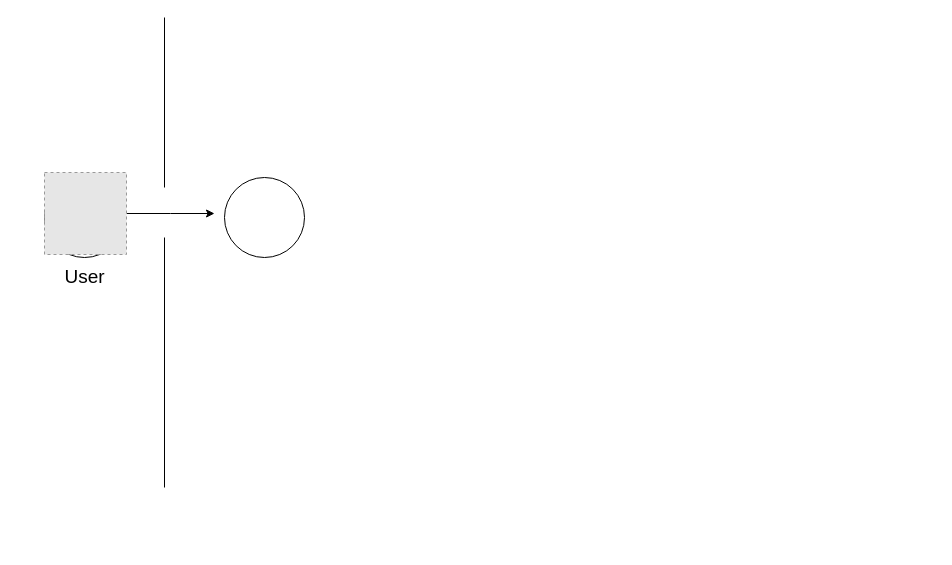
The draw.io diagram process-overview.drawio in zzzyz7/drawio-storage, before the edit. Source tidied: cells renumbered, new cells numbered last; positions are measured from the earlier drawing's top-left corner, leaving out a move shared by most shapes. Both pictures are drawn from the tidied source at 100%, with x=0, y=0 at pixel (44, 17). Pictures stored in the file or linked from it are replaced by grey dashed boxes.
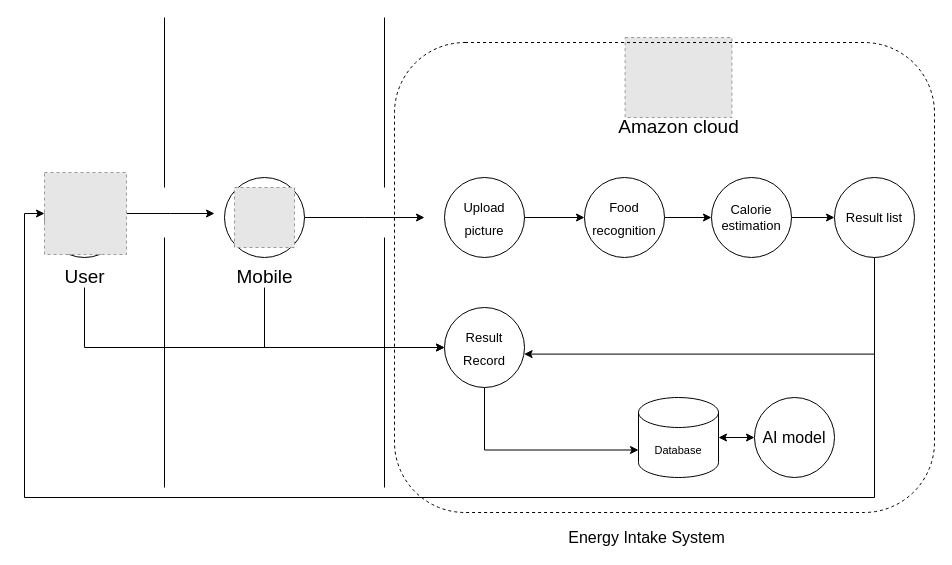
The same diagram, later.

Unchanged cells that the change refers to:
```xml
<mxCell id="4" style="fillColor=#E6E6E6;strokeColor=#999999;dashed=1;verticalLabelPosition=bottom;labelBackgroundColor=default;verticalAlign=top;" parent="1" vertex="1">
  <mxGeometry y="155" width="82" height="82" as="geometry" />
</mxCell>
<mxCell id="5" value="&lt;font style=&quot;font-size: 19px&quot;&gt;User&lt;/font&gt;" style="text;html=1;align=center;verticalAlign=middle;points=[];strokeColor=none;fillColor=none;" parent="1" vertex="1">
  <mxGeometry x="10" y="250" width="60" height="20" as="geometry" />
</mxCell>
<mxCell id="7" style="ellipse;whiteSpace=wrap;html=1;fontSize=19;" parent="1" vertex="1">
  <mxGeometry x="180" y="160" width="80" height="80" as="geometry" />
</mxCell>
```

What changed in the source:
```diff
@@
+    <mxCell id="9" style="edgeStyle=orthogonalEdgeStyle;rounded=0;jettySize=auto;html=1;entryX=0;entryY=0.5;entryDx=0;entryDy=0;fontSize=11;" parent="1" edge="1" source="5" target="28">
+      <mxGeometry relative="1" as="geometry">
+        <Array as="points">
+          <mxPoint x="40" y="330" />
+        </Array>
+      </mxGeometry>
+    </mxCell>
@@
+    <mxCell id="10" style="edgeStyle=orthogonalEdgeStyle;rounded=0;jettySize=auto;html=1;fontSize=19;" parent="1" edge="1" source="7">
+      <mxGeometry relative="1" as="geometry">
+        <mxPoint x="380" y="200" as="targetPoint" />
+      </mxGeometry>
+    </mxCell>
@@
+    <mxCell id="11" style="fillColor=#E6E6E6;strokeColor=#999999;dashed=1;verticalLabelPosition=bottom;verticalAlign=top;fontSize=19;" parent="1" vertex="1">
+      <mxGeometry x="190" y="170" width="60" height="60" as="geometry" />
+    </mxCell>
+    <mxCell id="12" style="edgeStyle=orthogonalEdgeStyle;rounded=0;jettySize=auto;html=1;entryX=0;entryY=0.5;entryDx=0;entryDy=0;fontSize=11;" parent="1" edge="1" source="13" target="28">
+      <mxGeometry relative="1" as="geometry">
+        <Array as="points">
+          <mxPoint x="220" y="330" />
+        </Array>
+      </mxGeometry>
+    </mxCell>
+    <mxCell id="13" value="&lt;span style=&quot;font-size: 19px&quot;&gt;Mobile&lt;/span&gt;" style="text;html=1;align=center;verticalAlign=middle;points=[];strokeColor=none;fillColor=none;" parent="1" vertex="1">
+      <mxGeometry x="185" y="250" width="70" height="20" as="geometry" />
+    </mxCell>
+    <mxCell id="14" style="endArrow=none;html=1;rounded=0;fontSize=19;" parent="1" edge="1">
+      <mxGeometry relative="1" as="geometry">
+        <mxPoint x="340" y="170" as="sourcePoint" />
+        <mxPoint x="340" as="targetPoint" />
+      </mxGeometry>
+    </mxCell>
+    <mxCell id="15" style="endArrow=none;html=1;rounded=0;fontSize=19;" parent="1" edge="1">
+      <mxGeometry relative="1" as="geometry">
+        <mxPoint x="340" y="470" as="sourcePoint" />
+        <mxPoint x="340" y="220" as="targetPoint" />
+      </mxGeometry>
+    </mxCell>
+    <mxCell id="16" value="&lt;span style=&quot;font-size: 19px&quot;&gt;Amazon cloud&lt;/span&gt;" style="text;html=1;align=center;verticalAlign=middle;strokeColor=none;fillColor=none;" parent="1" vertex="1">
+      <mxGeometry x="564" y="100" width="140" height="20" as="geometry" />
+    </mxCell>
+    <mxCell id="17" style="fillColor=#E6E6E6;strokeColor=#999999;dashed=1;verticalLabelPosition=bottom;verticalAlign=top;fontSize=19;" parent="1" vertex="1">
+      <mxGeometry x="580.6" y="20" width="106.8" height="80" as="geometry" />
+    </mxCell>
+    <mxCell id="18" style="edgeStyle=orthogonalEdgeStyle;rounded=0;jettySize=auto;html=1;exitX=1;exitY=0.5;exitDx=0;exitDy=0;entryX=0;entryY=0.5;entryDx=0;entryDy=0;fontSize=11;" parent="1" edge="1" source="19" target="21">
+      <mxGeometry relative="1" as="geometry" />
+    </mxCell>
+    <mxCell id="19" value="&lt;font style=&quot;font-size: 13px&quot;&gt;Food recognition&lt;/font&gt;" style="ellipse;whiteSpace=wrap;html=1;fontSize=19;" parent="1" vertex="1">
+      <mxGeometry x="540" y="160" width="80" height="80" as="geometry" />
+    </mxCell>
+    <mxCell id="20" style="edgeStyle=orthogonalEdgeStyle;rounded=0;jettySize=auto;html=1;exitX=1;exitY=0.5;exitDx=0;exitDy=0;entryX=0;entryY=0.5;entryDx=0;entryDy=0;fontSize=11;" parent="1" edge="1" source="21" target="26">
+      <mxGeometry relative="1" as="geometry" />
+    </mxCell>
+    <mxCell id="21" value="Calorie estimation" style="ellipse;whiteSpace=wrap;html=1;fontSize=13;" parent="1" vertex="1">
+      <mxGeometry x="667" y="160" width="80" height="80" as="geometry" />
+    </mxCell>
+    <mxCell id="22" style="edgeStyle=orthogonalEdgeStyle;rounded=0;jettySize=auto;html=1;exitX=1;exitY=0.5;exitDx=0;exitDy=0;entryX=0;entryY=0.5;entryDx=0;entryDy=0;fontSize=11;" parent="1" edge="1" source="23" target="19">
+      <mxGeometry relative="1" as="geometry" />
+    </mxCell>
+    <mxCell id="23" value="&lt;span style=&quot;font-size: 13px&quot;&gt;Upload picture&lt;/span&gt;" style="ellipse;whiteSpace=wrap;html=1;fontSize=19;" parent="1" vertex="1">
+      <mxGeometry x="400" y="160" width="80" height="80" as="geometry" />
+    </mxCell>
+    <mxCell id="24" style="edgeStyle=orthogonalEdgeStyle;rounded=0;jettySize=auto;html=1;entryX=0;entryY=0.5;entryDx=0;entryDy=0;fontSize=11;" parent="1" edge="1" source="26" target="4">
+      <mxGeometry relative="1" as="geometry">
+        <Array as="points">
+          <mxPoint x="830" y="480" />
+          <mxPoint x="-20" y="480" />
+          <mxPoint x="-20" y="196" />
+        </Array>
+      </mxGeometry>
+    </mxCell>
+    <mxCell id="25" style="edgeStyle=orthogonalEdgeStyle;rounded=0;orthogonalLoop=1;jettySize=auto;html=1;entryX=0.995;entryY=0.733;entryDx=0;entryDy=0;entryPerimeter=0;fontSize=11;" parent="1" edge="1">
+      <mxGeometry relative="1" as="geometry">
+        <mxPoint x="830" y="228" as="sourcePoint" />
+        <mxPoint x="479.6" y="336.6" as="targetPoint" />
+        <Array as="points">
+          <mxPoint x="830" y="337" />
+        </Array>
+      </mxGeometry>
+    </mxCell>
+    <mxCell id="26" value="Result list" style="ellipse;whiteSpace=wrap;html=1;fontSize=13;" parent="1" vertex="1">
+      <mxGeometry x="790" y="160" width="80" height="80" as="geometry" />
+    </mxCell>
+    <mxCell id="27" style="edgeStyle=orthogonalEdgeStyle;rounded=0;jettySize=auto;html=1;exitX=0.5;exitY=1;exitDx=0;exitDy=0;entryX=0;entryY=0;entryDx=0;entryDy=52.5;entryPerimeter=0;fontSize=11;" parent="1" edge="1" source="28" target="29">
+      <mxGeometry relative="1" as="geometry" />
+    </mxCell>
+    <mxCell id="28" value="&lt;span style=&quot;font-size: 13px&quot;&gt;Result&lt;br&gt;Record&lt;/span&gt;" style="ellipse;whiteSpace=wrap;html=1;fontSize=19;" parent="1" vertex="1">
+      <mxGeometry x="400" y="290" width="80" height="80" as="geometry" />
+    </mxCell>
+    <mxCell id="29" value="Database" style="shape=cylinder3;whiteSpace=wrap;html=1;boundedLbl=1;backgroundOutline=1;size=15;fontSize=11;" parent="1" vertex="1">
+      <mxGeometry x="594" y="380" width="80" height="80" as="geometry" />
+    </mxCell>
+    <mxCell id="30" style="rounded=1;whiteSpace=wrap;html=1;fontSize=11;fillColor=none;dashed=1;" parent="1" vertex="1">
+      <mxGeometry x="350" y="25" width="540" height="470" as="geometry" />
+    </mxCell>
+    <mxCell id="31" value="&lt;font style=&quot;font-size: 16px&quot;&gt;Energy Intake System&lt;/font&gt;" style="text;html=1;align=center;verticalAlign=middle;strokeColor=none;fillColor=none;fontSize=11;" parent="1" vertex="1">
+      <mxGeometry x="517" y="510" width="170" height="20" as="geometry" />
+    </mxCell>
+    <mxCell id="32" style="edgeStyle=orthogonalEdgeStyle;rounded=0;jettySize=auto;html=1;fontSize=16;startArrow=classic;startFill=1;" parent="1" edge="1" source="33" target="29">
+      <mxGeometry relative="1" as="geometry" />
+    </mxCell>
+    <mxCell id="33" value="AI model" style="ellipse;whiteSpace=wrap;html=1;fontSize=16;fillColor=none;" parent="1" vertex="1">
+      <mxGeometry x="710" y="380" width="80" height="80" as="geometry" />
+    </mxCell>
```
